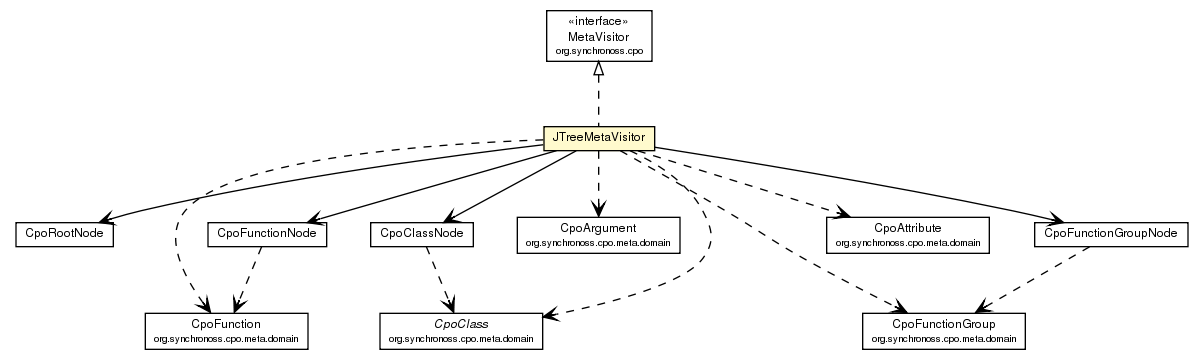
This is site/apidocs/org/synchronoss/cpo/util/JTreeMetaVisitor.png from synchronoss/cpo-util, a Graphviz export, as it was before one commit. Its source is kept beside it as site/apidocs/org/synchronoss/cpo/util/JTreeMetaVisitor.dot.
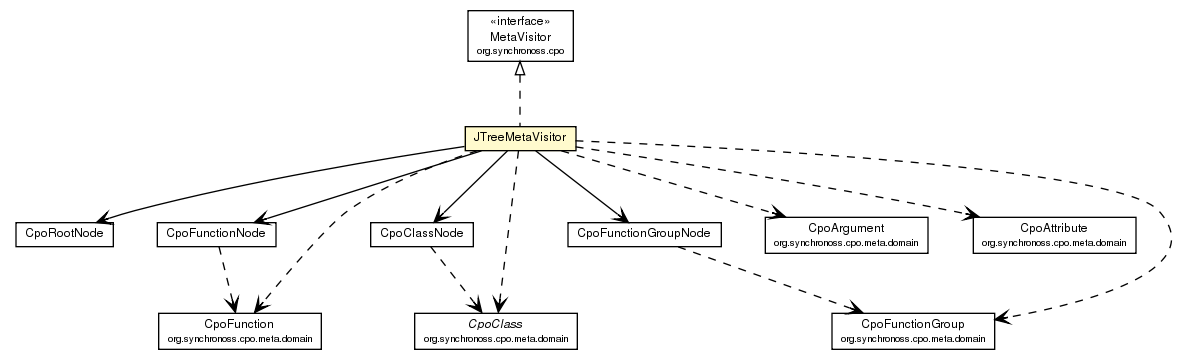
Later version of the same file.

What changed in the source:
```diff
@@ -37,7 +37,7 @@
 	c1707:p -> c1767:p [taillabel="", label="", headlabel="", fontname="Helvetica", fontcolor="black", fontsize=10.0, color="black", arrowhead=open, style=dashed];
 	c1707:p -> c1768:p [taillabel="", label="", headlabel="", fontname="Helvetica", fontcolor="black", fontsize=10.0, color="black", arrowhead=open, style=dashed];
 	c1707:p -> c1770:p [taillabel="", label="", headlabel="", fontname="Helvetica", fontcolor="black", fontsize=10.0, color="black", arrowhead=open, style=dashed];
-	c1721:p -> c1767:p [taillabel="", label="", headlabel="", fontname="Helvetica", fontcolor="black", fontsize=10.0, color="black", arrowhead=open, style=dashed];
+	c1721:p -> c1765:p [taillabel="", label="", headlabel="", fontname="Helvetica", fontcolor="black", fontsize=10.0, color="black", arrowhead=open, style=dashed];
 	c1723:p -> c1766:p [taillabel="", label="", headlabel="", fontname="Helvetica", fontcolor="black", fontsize=10.0, color="black", arrowhead=open, style=dashed];
 	c1728:p -> c1770:p [taillabel="", label="", headlabel="", fontname="Helvetica", fontcolor="black", fontsize=10.0, color="black", arrowhead=open, style=dashed];
 	c1766 [label=<<table border="0" cellborder="1" cellspacing="0" cellpadding="2" port="p" href="http://java.sun.com/j2se/1.4.2/docs/api/org/synchronoss/cpo/meta/domain/CpoClass.html">
@@ -46,7 +46,7 @@
 			<tr><td><font point-size="7.0"> org.synchronoss.cpo.meta.domain </font></td></tr>
 		</table></td></tr>
 		</table>>, fontname="Helvetica", fontcolor="black", fontsize=9.0];
-	c1765 [label=<<table border="0" cellborder="1" cellspacing="0" cellpadding="2" port="p" href="http://java.sun.com/j2se/1.4.2/docs/api/org/synchronoss/cpo/meta/domain/CpoArgument.html">
+	c1767 [label=<<table border="0" cellborder="1" cellspacing="0" cellpadding="2" port="p" href="http://java.sun.com/j2se/1.4.2/docs/api/org/synchronoss/cpo/meta/domain/CpoArgument.html">
 		<tr><td><table border="0" cellspacing="0" cellpadding="1">
 			<tr><td> CpoArgument </td></tr>
 			<tr><td><font point-size="7.0"> org.synchronoss.cpo.meta.domain </font></td></tr>
@@ -58,7 +58,7 @@
 			<tr><td><font point-size="7.0"> org.synchronoss.cpo.meta.domain </font></td></tr>
 		</table></td></tr>
 		</table>>, fontname="Helvetica", fontcolor="black", fontsize=9.0];
-	c1767 [label=<<table border="0" cellborder="1" cellspacing="0" cellpadding="2" port="p" href="http://java.sun.com/j2se/1.4.2/docs/api/org/synchronoss/cpo/meta/domain/CpoFunction.html">
+	c1765 [label=<<table border="0" cellborder="1" cellspacing="0" cellpadding="2" port="p" href="http://java.sun.com/j2se/1.4.2/docs/api/org/synchronoss/cpo/meta/domain/CpoFunction.html">
 		<tr><td><table border="0" cellspacing="0" cellpadding="1">
 			<tr><td> CpoFunction </td></tr>
 			<tr><td><font point-size="7.0"> org.synchronoss.cpo.meta.domain </font></td></tr>
```
